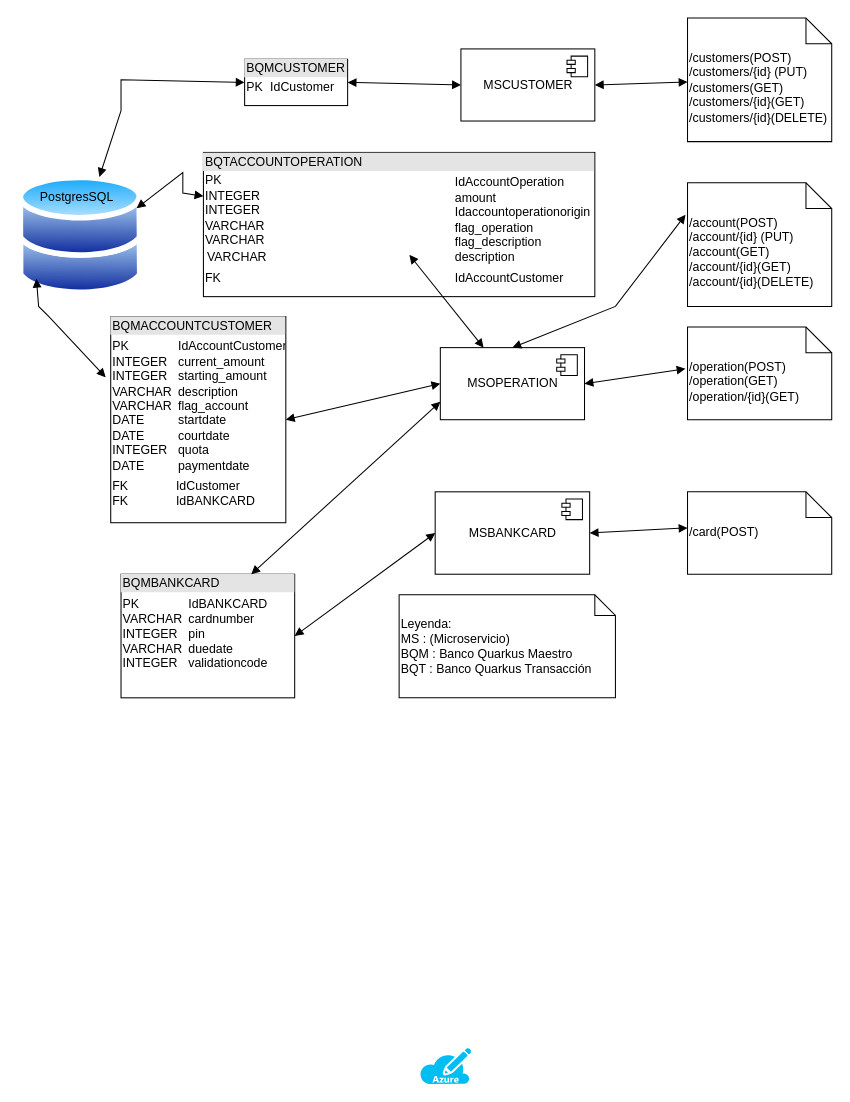
Before: SolutionBank-v1.drawio in AppBancoQuarkus/designsolution, a draw.io diagram. Source tidied: cells renumbered, new cells numbered last; positions are measured from the earlier drawing's top-left corner, leaving out a move shared by most shapes. Both pictures are drawn from the tidied source at 103%, with x=0, y=0 at pixel (18, 18).
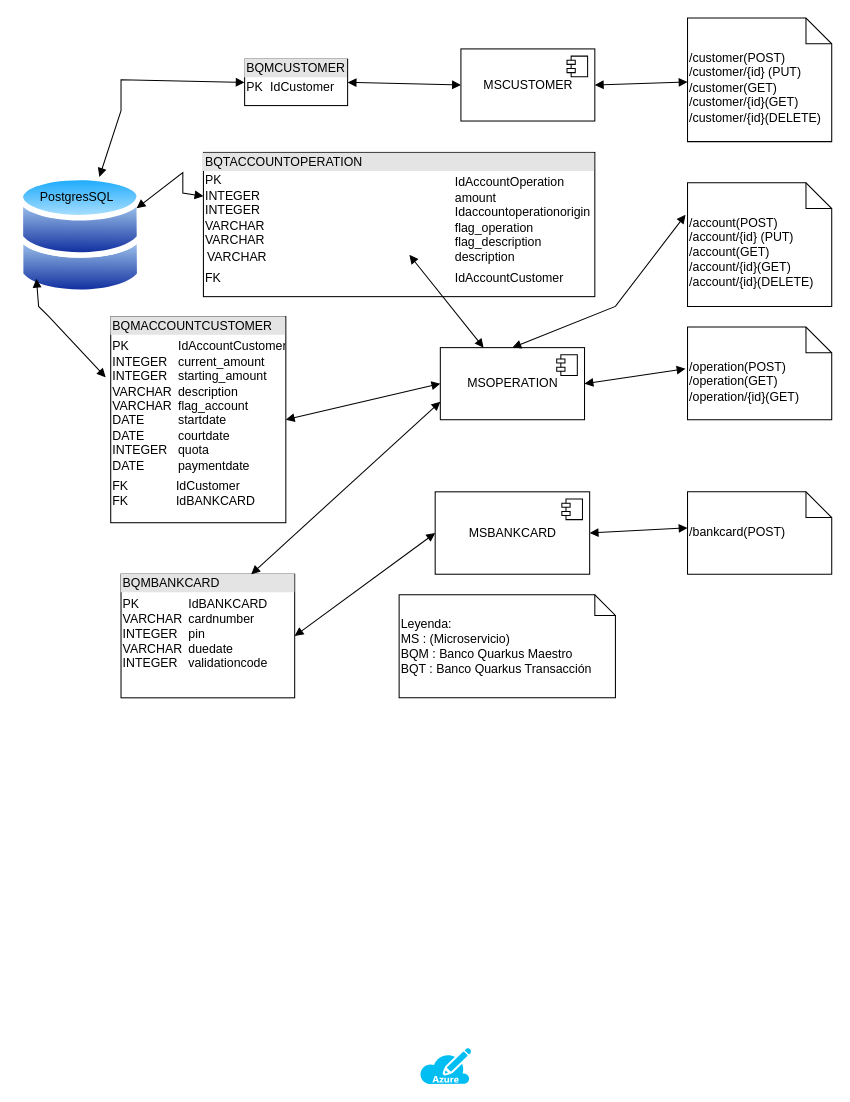
The same diagram, later.

Commit message:
Actualizando el nombre del archivo v5

Diff of the diagram source:
```diff
@@
-    <mxCell id="6" value="/customers(POST)&lt;br&gt;/customers/{id} (PUT)&lt;br&gt;&lt;div style=&quot;&quot;&gt;&lt;span style=&quot;background-color: initial;&quot;&gt;/customers(GET)&lt;/span&gt;&lt;/div&gt;&lt;div style=&quot;&quot;&gt;/customers/{id}(GET)&lt;/div&gt;/customers/{id}(DELETE)" style="shape=note2;boundedLbl=1;whiteSpace=wrap;html=1;size=25;verticalAlign=top;align=left;" parent="1" vertex="1">
+    <mxCell id="6" value="/customer(POST)&lt;br&gt;/customer/{id} (PUT)&lt;br&gt;&lt;div style=&quot;&quot;&gt;&lt;span style=&quot;background-color: initial;&quot;&gt;/customer(GET)&lt;/span&gt;&lt;/div&gt;&lt;div style=&quot;&quot;&gt;/customer/{id}(GET)&lt;/div&gt;/customer/{id}(DELETE)" style="shape=note2;boundedLbl=1;whiteSpace=wrap;html=1;size=25;verticalAlign=top;align=left;" parent="1" vertex="1">
       <mxGeometry x="650" width="140" height="120" as="geometry" />
     </mxCell>
@@
-    <mxCell id="28" value="/card(POST)" style="shape=note2;boundedLbl=1;whiteSpace=wrap;html=1;size=25;verticalAlign=top;align=left;" parent="1" vertex="1">
+    <mxCell id="28" value="/bankcard(POST)" style="shape=note2;boundedLbl=1;whiteSpace=wrap;html=1;size=25;verticalAlign=top;align=left;" parent="1" vertex="1">
       <mxGeometry x="650" y="460" width="140" height="80" as="geometry" />
     </mxCell>
```
